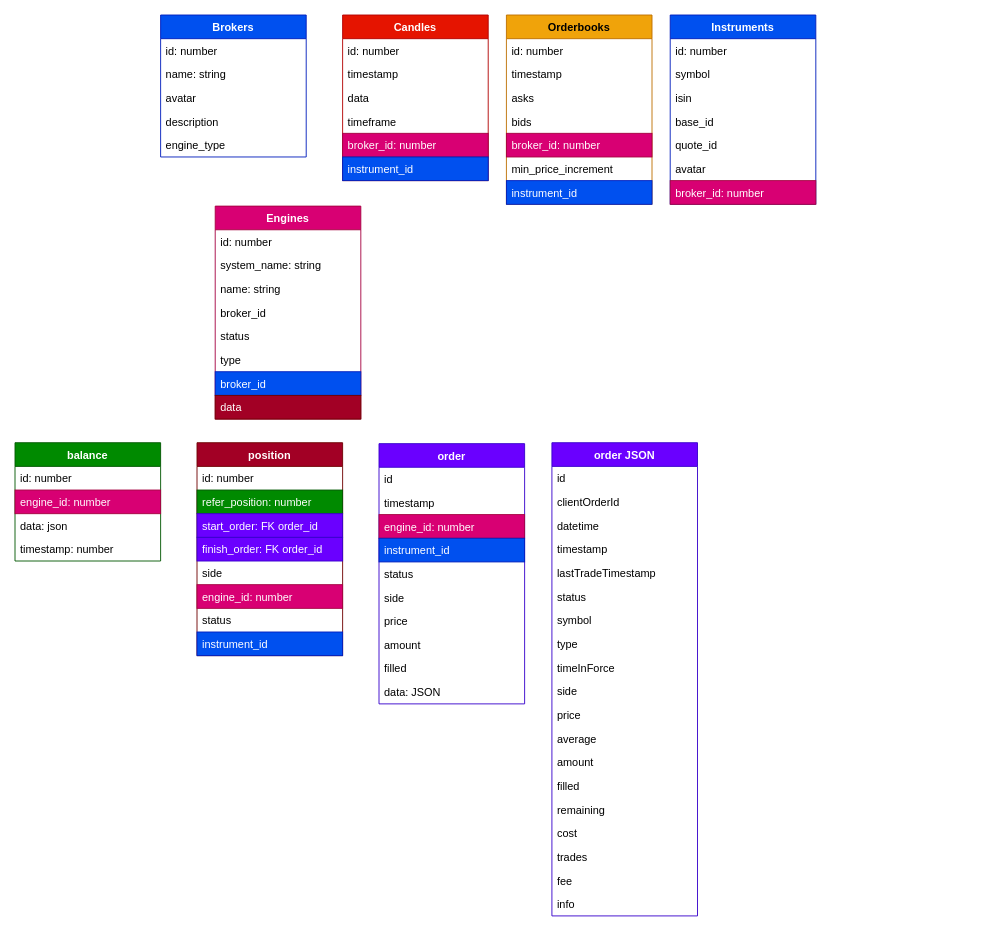
This is ts-server/hasura.drawio from soloviofff/ltrd-terminal, a draw.io file, before an edit. Source tidied: cells renumbered, new cells numbered last; positions are measured from the earlier drawing's top-left corner, leaving out a move shared by most shapes. Both pictures are drawn from the tidied source at 91%, with x=0, y=0 at pixel (15, 15).
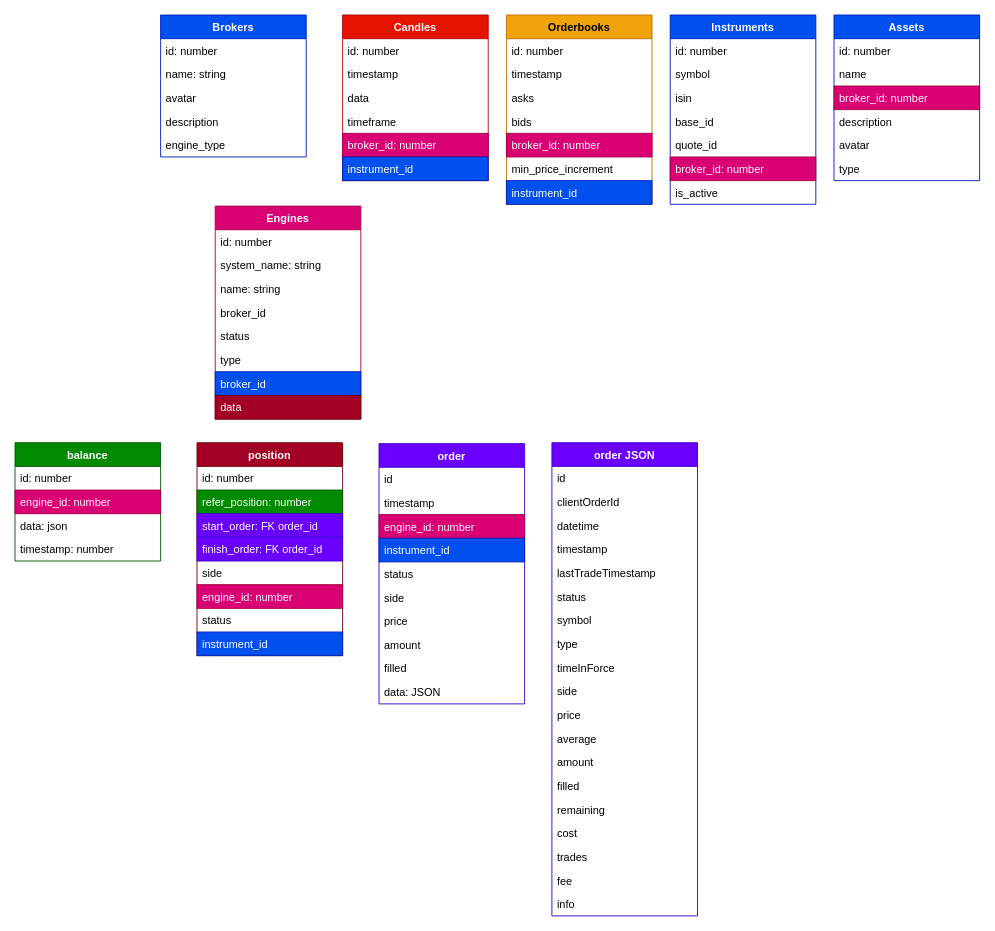
After the change.

The change refers to these unchanged cells:
```xml
<mxCell id="66" value="Instruments" style="swimlane;fontStyle=1;align=center;verticalAlign=top;horizontal=1;startSize=26;fillColor=#0050ef;strokeColor=#001DBC;fontColor=#ffffff;" parent="1" vertex="1">
  <mxGeometry x="720" width="160" height="208" as="geometry" />
</mxCell>
```

The edit, as a diff of the source:
```diff
@@
-    <mxCell id="73" value="avatar" style="text;strokeColor=none;fillColor=none;align=left;verticalAlign=top;spacingLeft=4;spacingRight=4;overflow=hidden;" parent="66" vertex="1">
-      <mxGeometry y="156" width="160" height="26" as="geometry" />
-    </mxCell>
     <mxCell id="74" value="broker_id: number" style="text;strokeColor=#A50040;fillColor=#d80073;align=left;verticalAlign=top;spacingLeft=4;spacingRight=4;overflow=hidden;fontColor=#ffffff;" parent="66" vertex="1">
-      <mxGeometry y="182" width="160" height="26" as="geometry" />
+      <mxGeometry y="156" width="160" height="26" as="geometry" />
     </mxCell>
+    <mxCell id="96" value="is_active" style="text;strokeColor=none;fillColor=none;align=left;verticalAlign=top;spacingLeft=4;spacingRight=4;overflow=hidden;" parent="66" vertex="1">
+      <mxGeometry y="182" width="160" height="26" as="geometry" />
+    </mxCell>
@@
+    <mxCell id="97" value="Assets" style="swimlane;fontStyle=1;align=center;verticalAlign=top;horizontal=1;startSize=26;fillColor=#0050ef;strokeColor=#001DBC;fontColor=#ffffff;" parent="1" vertex="1">
+      <mxGeometry x="900" width="160" height="182" as="geometry" />
+    </mxCell>
+    <mxCell id="98" value="id: number" style="text;strokeColor=none;fillColor=none;align=left;verticalAlign=top;spacingLeft=4;spacingRight=4;overflow=hidden;points=[[0,0.5],[1,0.5]];portConstraint=eastwest;" parent="97" vertex="1">
+      <mxGeometry y="26" width="160" height="26" as="geometry" />
+    </mxCell>
+    <mxCell id="99" value="name" style="text;strokeColor=none;fillColor=none;align=left;verticalAlign=top;spacingLeft=4;spacingRight=4;overflow=hidden;" parent="97" vertex="1">
+      <mxGeometry y="52" width="160" height="26" as="geometry" />
+    </mxCell>
+    <mxCell id="100" style="edgeStyle=orthogonalEdgeStyle;rounded=0;orthogonalLoop=1;jettySize=auto;html=1;exitX=1;exitY=0.5;exitDx=0;exitDy=0;" parent="97" edge="1" source="98" target="98">
+      <mxGeometry relative="1" as="geometry" />
+    </mxCell>
+    <mxCell id="101" value="broker_id: number" style="text;strokeColor=#A50040;fillColor=#d80073;align=left;verticalAlign=top;spacingLeft=4;spacingRight=4;overflow=hidden;fontColor=#ffffff;" parent="97" vertex="1">
+      <mxGeometry y="78" width="160" height="26" as="geometry" />
+    </mxCell>
+    <mxCell id="102" value="description" style="text;strokeColor=none;fillColor=none;align=left;verticalAlign=top;spacingLeft=4;spacingRight=4;overflow=hidden;" parent="97" vertex="1">
+      <mxGeometry y="104" width="160" height="26" as="geometry" />
+    </mxCell>
+    <mxCell id="73" value="avatar" style="text;strokeColor=none;fillColor=none;align=left;verticalAlign=top;spacingLeft=4;spacingRight=4;overflow=hidden;" parent="97" vertex="1">
+      <mxGeometry y="130" width="160" height="26" as="geometry" />
+    </mxCell>
+    <mxCell id="103" value="type" style="text;strokeColor=none;fillColor=none;align=left;verticalAlign=top;spacingLeft=4;spacingRight=4;overflow=hidden;" parent="97" vertex="1">
+      <mxGeometry y="156" width="160" height="26" as="geometry" />
+    </mxCell>
```
